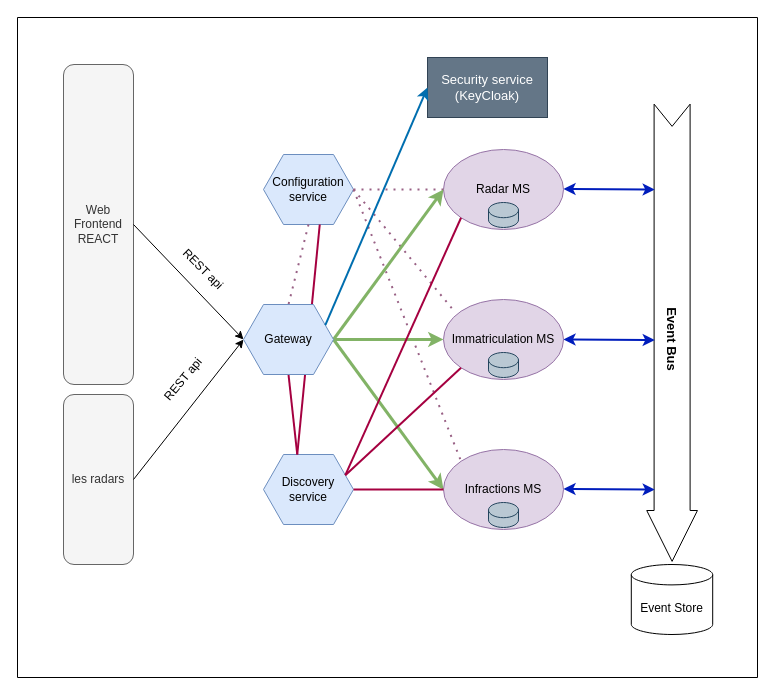
Earlier version of the draw.io diagram Assets/app-architecture.drawio (ubmagh/radar-app-cqrs-es). Source tidied: cells renumbered, new cells numbered last; positions are measured from the earlier drawing's top-left corner, leaving out a move shared by most shapes. Both pictures are drawn from the tidied source at 100%, with x=0, y=0 at pixel (17, 17).
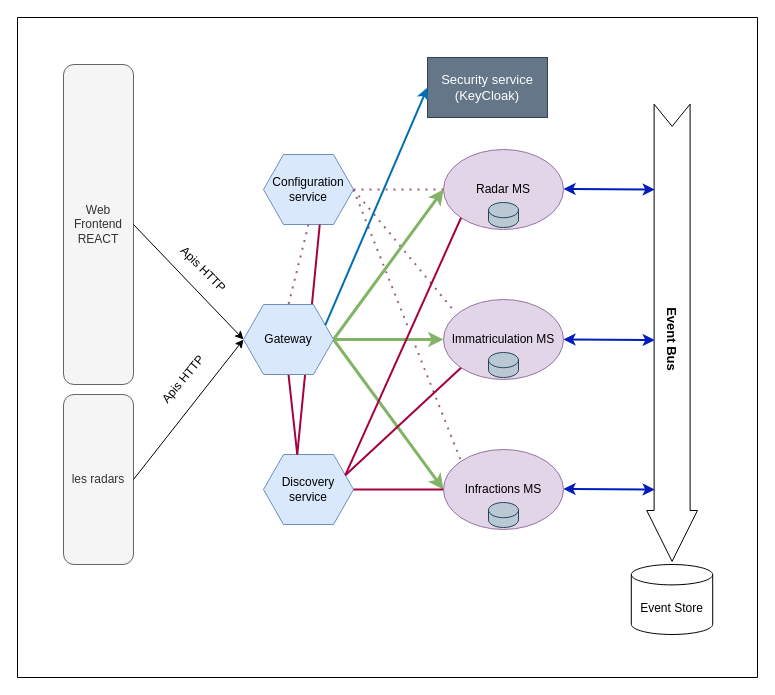
The same page after the edit.

Change to the diagram source:
```diff
@@
-    <mxCell id="8" value="REST api" style="text;html=1;strokeColor=none;fillColor=none;align=center;verticalAlign=middle;whiteSpace=wrap;rounded=0;rotation=45;" parent="1" vertex="1">
+    <mxCell id="8" value="Apis HTTP" style="text;html=1;strokeColor=none;fillColor=none;align=center;verticalAlign=middle;whiteSpace=wrap;rounded=0;rotation=45;" parent="1" vertex="1">
       <mxGeometry x="156" y="237" width="60" height="30" as="geometry" />
     </mxCell>
-    <mxCell id="9" value="REST api" style="text;html=1;strokeColor=none;fillColor=none;align=center;verticalAlign=middle;whiteSpace=wrap;rounded=0;rotation=-50;" parent="1" vertex="1">
+    <mxCell id="9" value="Apis HTTP" style="text;html=1;strokeColor=none;fillColor=none;align=center;verticalAlign=middle;whiteSpace=wrap;rounded=0;rotation=-50;" parent="1" vertex="1">
       <mxGeometry x="136" y="347" width="60" height="30" as="geometry" />
     </mxCell>
```
